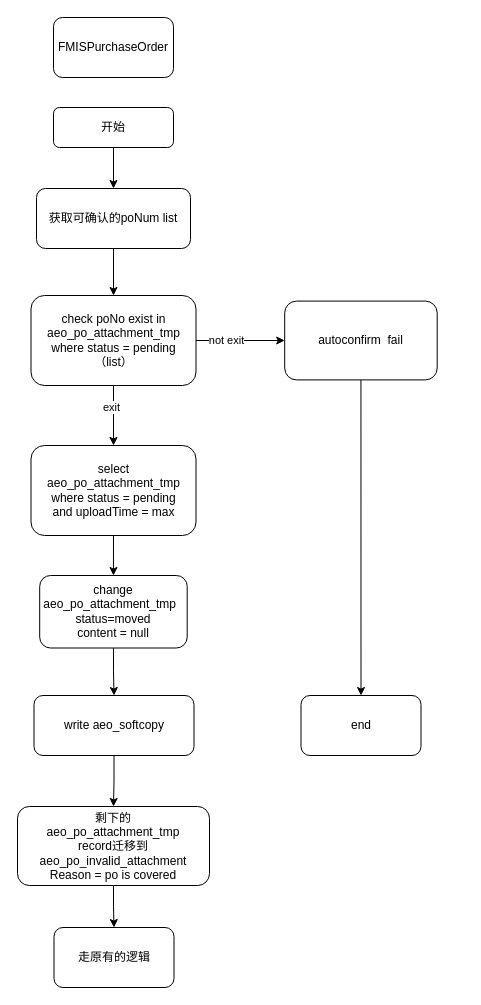
Earlier version of the draw.io diagram FMISPurchaseOrder.drawio (1119132473/doc). Source tidied: cells renumbered, new cells numbered last; positions are measured from the earlier drawing's top-left corner, leaving out a move shared by most shapes. Both pictures are drawn from the tidied source at 100%, with x=0, y=0 at pixel (17, 17).
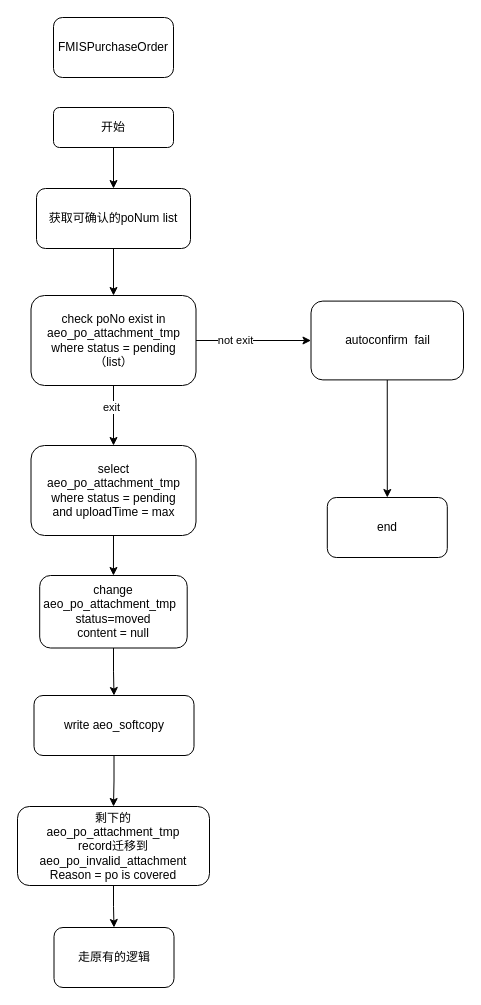
After the change.

The change refers to these unchanged cells:
```xml
<mxCell id="9" value="&lt;div&gt;check poNo exist in aeo_po_attachment_tmp&lt;/div&gt;&lt;div&gt;where status = pending&lt;/div&gt;&lt;div&gt;（list）&lt;br&gt;&lt;/div&gt;" style="rounded=1;whiteSpace=wrap;html=1;" parent="1" vertex="1">
  <mxGeometry x="13.5" y="278" width="165" height="90" as="geometry" />
</mxCell>
```

Change to the diagram source:
```diff
@@
-    <mxCell id="5" style="edgeStyle=orthogonalEdgeStyle;rounded=0;jettySize=auto;html=1;" parent="1" edge="1" source="9" target="11">
+    <mxCell id="5" style="edgeStyle=orthogonalEdgeStyle;rounded=0;jettySize=auto;html=1;entryX=0;entryY=0.5;entryDx=0;entryDy=0;" parent="1" edge="1" source="9" target="11">
       <mxGeometry relative="1" as="geometry" />
     </mxCell>
@@
     <mxCell id="11" value="autoconfirm&amp;nbsp; fail" style="whiteSpace=wrap;html=1;rounded=1;" parent="1" vertex="1">
-      <mxGeometry x="267.2" y="283.6" width="152.5" height="78.8" as="geometry" />
+      <mxGeometry x="293.5" y="283.6" width="152.5" height="78.8" as="geometry" />
     </mxCell>
@@
     <mxCell id="16" value="end" style="rounded=1;whiteSpace=wrap;html=1;" parent="1" vertex="1">
-      <mxGeometry x="283.5" y="678" width="120" height="60" as="geometry" />
+      <mxGeometry x="309.8" y="480" width="120" height="60" as="geometry" />
     </mxCell>
```
